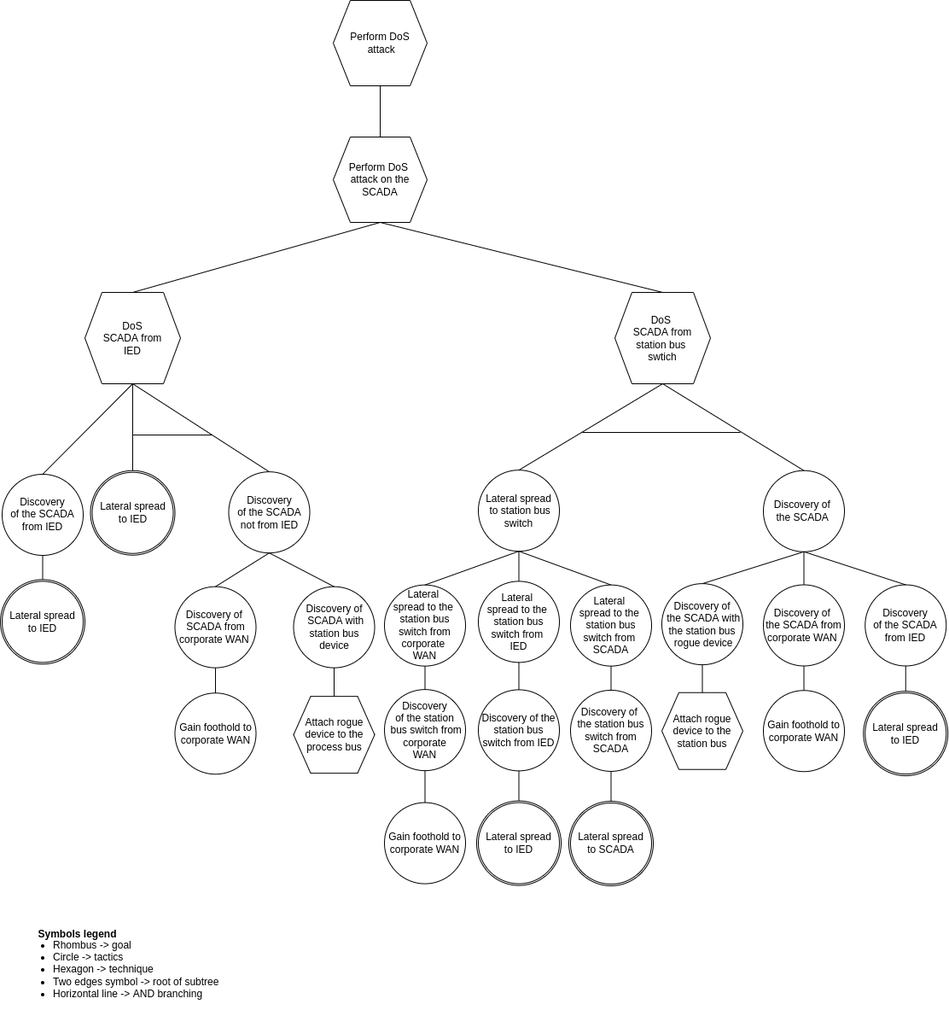
Before: drawIO_trees/solution_2_1_2.drawio.png, a diagram exported from draw.io (mihaelM/Attack_trees). Source tidied: cells renumbered, new cells last; positions are measured from the earlier drawing's top-left corner, leaving out a move shared by most shapes.
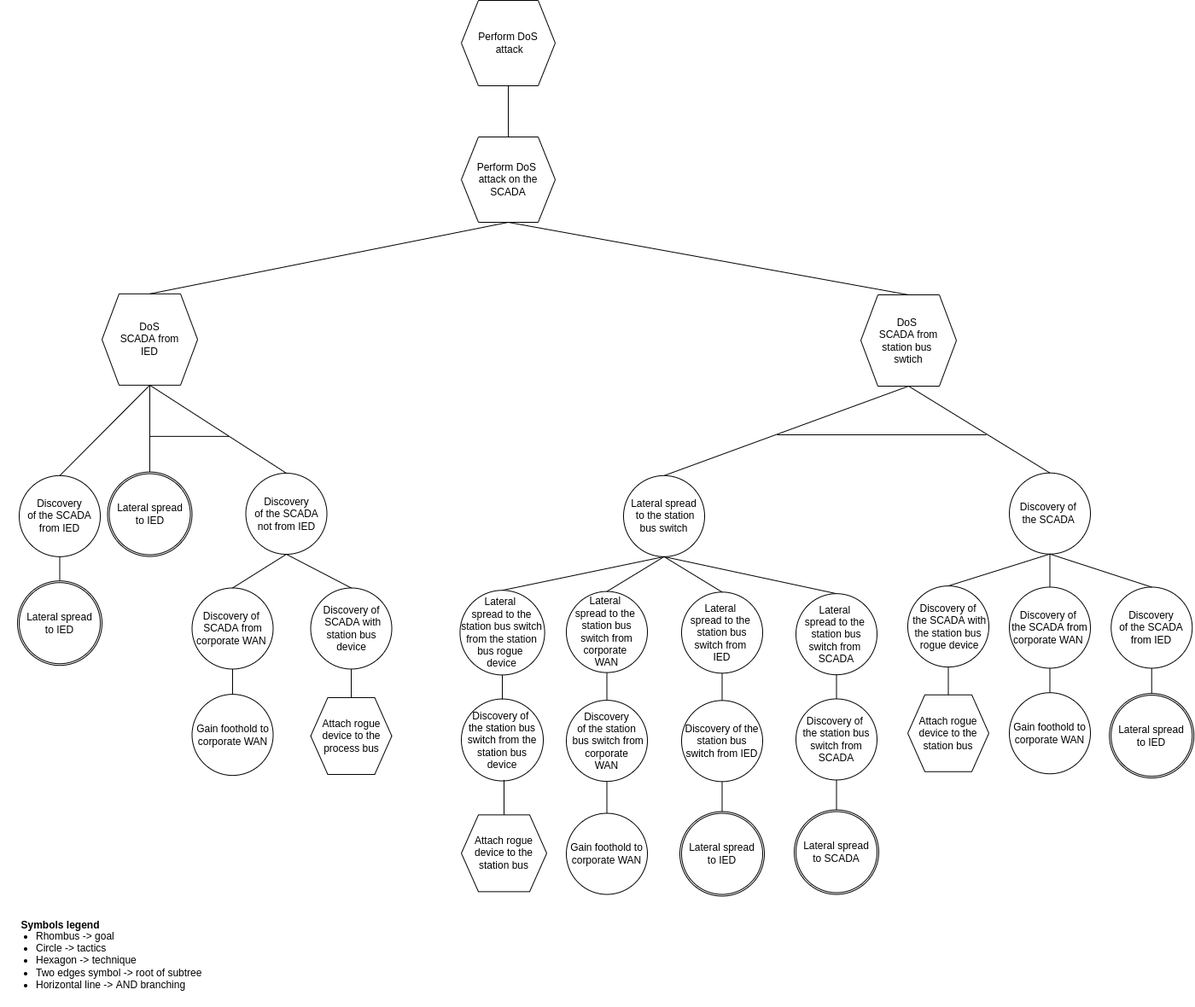
Above is the later version.

Diff of the diagram source:
```diff
@@ -12,56 +12,56 @@
       <mxGeometry relative="1" as="geometry" />
     </mxCell>
     <mxCell id="5" value="&lt;font style=&quot;font-size: 12px&quot;&gt;Symbols legend&lt;/font&gt;" style="text;strokeColor=none;fillColor=none;html=1;fontSize=24;fontStyle=1;verticalAlign=middle;align=center;" parent="1" vertex="1">
-      <mxGeometry x="40" y="1070" width="100" height="40" as="geometry" />
+      <mxGeometry x="-130" y="1060" width="100" height="40" as="geometry" />
     </mxCell>
     <mxCell id="6" value="&lt;ul&gt;&lt;li&gt;&lt;span&gt;Rhombus -&amp;gt; goal&lt;/span&gt;&lt;/li&gt;&lt;li&gt;&lt;span&gt;Circle -&amp;gt; tactics&lt;/span&gt;&lt;br&gt;&lt;/li&gt;&lt;li&gt;Hexagon -&amp;gt; technique&lt;/li&gt;&lt;li&gt;Two edges symbol -&amp;gt; root of subtree&lt;/li&gt;&lt;li&gt;Horizontal line -&amp;gt; AND branching&lt;/li&gt;&lt;/ul&gt;" style="text;strokeColor=none;fillColor=none;html=1;whiteSpace=wrap;verticalAlign=middle;overflow=hidden;fontSize=12;" parent="1" vertex="1">
-      <mxGeometry x="20" y="1081.3" width="256" height="107" as="geometry" />
+      <mxGeometry x="-150" y="1071.3" width="256" height="107" as="geometry" />
     </mxCell>
     <mxCell id="7" style="endArrow=none;html=1;rounded=0;entryX=0.5;entryY=0;entryDx=0;entryDy=0;exitX=0.5;exitY=1;exitDx=0;exitDy=0;" parent="1" edge="1" source="8">
       <mxGeometry relative="1" as="geometry">
-        <mxPoint x="49.5" y="680.4" as="targetPoint" />
+        <mxPoint x="-80.5" y="682.2" as="targetPoint" />
       </mxGeometry>
     </mxCell>
     <mxCell id="8" value="Discovery&lt;br&gt;of the SCADA from IED" style="ellipse;whiteSpace=wrap;html=1;" parent="1" vertex="1">
-      <mxGeometry x="2" y="555" width="95" height="95" as="geometry" />
+      <mxGeometry x="-128" y="556.8" width="95" height="95" as="geometry" />
     </mxCell>
     <mxCell id="9" style="endArrow=none;html=1;rounded=0;exitX=0.5;exitY=0;exitDx=0;exitDy=0;entryX=0.5;entryY=1;entryDx=0;entryDy=0;" parent="1" edge="1" source="8" target="10">
       <mxGeometry relative="1" as="geometry" />
     </mxCell>
     <mxCell id="10" value="DoS&lt;br&gt;SCADA from&lt;br&gt;IED" style="shape=hexagon;perimeter=hexagonPerimeter2;whiteSpace=wrap;html=1;fixedSize=1;" parent="1" vertex="1">
-      <mxGeometry x="99" y="342" width="112" height="107" as="geometry" />
+      <mxGeometry x="-31" y="343.9" width="112" height="107" as="geometry" />
     </mxCell>
     <mxCell id="11" style="endArrow=none;html=1;rounded=0;entryX=0.5;entryY=0;entryDx=0;entryDy=0;exitX=0.5;exitY=1;exitDx=0;exitDy=0;" parent="1" edge="1" source="2" target="10">
       <mxGeometry relative="1" as="geometry" />
     </mxCell>
     <mxCell id="12" style="endArrow=none;html=1;rounded=0;exitX=0.5;exitY=1;exitDx=0;exitDy=0;entryX=0.5;entryY=0;entryDx=0;entryDy=0;" parent="1" edge="1" source="10">
       <mxGeometry relative="1" as="geometry">
-        <mxPoint x="155" y="557.9" as="targetPoint" />
+        <mxPoint x="25" y="559.7" as="targetPoint" />
       </mxGeometry>
     </mxCell>
     <mxCell id="13" style="endArrow=none;html=1;rounded=0;exitX=0.5;exitY=1;exitDx=0;exitDy=0;entryX=0.5;entryY=0;entryDx=0;entryDy=0;" parent="1" edge="1" source="10" target="14">
       <mxGeometry relative="1" as="geometry" />
     </mxCell>
     <mxCell id="14" value="Discovery&lt;br&gt;of the SCADA not from IED" style="ellipse;whiteSpace=wrap;html=1;" parent="1" vertex="1">
-      <mxGeometry x="267.5" y="552.1" width="95" height="95" as="geometry" />
+      <mxGeometry x="137.5" y="554" width="95" height="95" as="geometry" />
     </mxCell>
     <mxCell id="15" value="Gain foothold to corporate WAN" style="ellipse;whiteSpace=wrap;html=1;" parent="1" vertex="1">
-      <mxGeometry x="204.5" y="811.3" width="95" height="95" as="geometry" />
+      <mxGeometry x="74.5" y="813.1" width="95" height="95" as="geometry" />
     </mxCell>
     <mxCell id="16" style="endArrow=none;html=1;rounded=0;exitX=0.5;exitY=1;exitDx=0;exitDy=0;entryX=0.5;entryY=0;entryDx=0;entryDy=0;" parent="1" edge="1" source="17" target="15">
       <mxGeometry relative="1" as="geometry" />
     </mxCell>
     <mxCell id="17" value="Discovery&amp;nbsp;of &lt;br&gt;SCADA from corporate WAN&amp;nbsp;" style="ellipse;whiteSpace=wrap;html=1;" parent="1" vertex="1">
-      <mxGeometry x="204.5" y="686.6" width="95" height="95" as="geometry" />
+      <mxGeometry x="74.5" y="688.5" width="95" height="95" as="geometry" />
     </mxCell>
     <mxCell id="18" style="endArrow=none;html=1;rounded=0;entryX=0.5;entryY=1;entryDx=0;entryDy=0;exitX=0.5;exitY=0;exitDx=0;exitDy=0;" parent="1" edge="1" source="17" target="14">
       <mxGeometry relative="1" as="geometry" />
     </mxCell>
     <mxCell id="19" value="Attach rogue device to the process bus" style="shape=hexagon;perimeter=hexagonPerimeter2;whiteSpace=wrap;html=1;fixedSize=1;" parent="1" vertex="1">
-      <mxGeometry x="343.5" y="815.1" width="95" height="90" as="geometry" />
+      <mxGeometry x="213.5" y="817" width="95" height="90" as="geometry" />
     </mxCell>
     <mxCell id="20" value="Discovery of&lt;br&gt;&amp;nbsp;SCADA with station bus device" style="ellipse;whiteSpace=wrap;html=1;" parent="1" vertex="1">
-      <mxGeometry x="343.5" y="686.6" width="95" height="95" as="geometry" />
+      <mxGeometry x="213.5" y="688.5" width="95" height="95" as="geometry" />
     </mxCell>
     <mxCell id="21" style="endArrow=none;html=1;rounded=0;entryX=0.5;entryY=1;entryDx=0;entryDy=0;exitX=0.5;exitY=0;exitDx=0;exitDy=0;" parent="1" edge="1" source="19" target="20">
       <mxGeometry relative="1" as="geometry" />
@@ -71,8 +71,8 @@
     </mxCell>
     <mxCell id="23" style="endArrow=none;html=1;rounded=0;" parent="1" edge="1">
       <mxGeometry relative="1" as="geometry">
-        <mxPoint x="154.5" y="509" as="sourcePoint" />
-        <mxPoint x="247.5" y="509" as="targetPoint" />
+        <mxPoint x="24.5" y="510.9" as="sourcePoint" />
+        <mxPoint x="117.5" y="510.9" as="targetPoint" />
       </mxGeometry>
     </mxCell>
     <mxCell id="24" style="endArrow=none;html=1;rounded=0;entryX=0.5;entryY=0;entryDx=0;entryDy=0;exitX=0.5;exitY=1;exitDx=0;exitDy=0;" parent="1" edge="1" source="27" target="39">
@@ -82,10 +82,10 @@
       <mxGeometry relative="1" as="geometry" />
     </mxCell>
     <mxCell id="26" value="DoS&amp;nbsp;&lt;br&gt;&amp;nbsp;SCADA from &lt;br&gt;station bus &lt;br&gt;swtich" style="shape=hexagon;perimeter=hexagonPerimeter2;whiteSpace=wrap;html=1;fixedSize=1;" parent="1" vertex="1">
-      <mxGeometry x="720" y="342" width="112" height="107" as="geometry" />
+      <mxGeometry x="858" y="345" width="112" height="107" as="geometry" />
     </mxCell>
     <mxCell id="27" value="Discovery&amp;nbsp;of &lt;br&gt;the SCADA&amp;nbsp;" style="ellipse;whiteSpace=wrap;html=1;" parent="1" vertex="1">
-      <mxGeometry x="894" y="550.7" width="95" height="95" as="geometry" />
+      <mxGeometry x="1032" y="553.7" width="95" height="95" as="geometry" />
     </mxCell>
     <mxCell id="28" style="endArrow=none;html=1;rounded=0;entryX=0.5;entryY=1;entryDx=0;entryDy=0;exitX=0.5;exitY=0;exitDx=0;exitDy=0;" parent="1" edge="1" source="27" target="26">
       <mxGeometry relative="1" as="geometry" />
@@ -97,54 +97,54 @@
       <mxGeometry relative="1" as="geometry" />
     </mxCell>
     <mxCell id="31" value="Gain foothold to corporate WAN" style="ellipse;whiteSpace=wrap;html=1;" parent="1" vertex="1">
-      <mxGeometry x="894" y="808.2" width="95" height="95" as="geometry" />
+      <mxGeometry x="1032" y="811.2" width="95" height="95" as="geometry" />
     </mxCell>
     <mxCell id="32" style="endArrow=none;html=1;rounded=0;exitX=0.5;exitY=1;exitDx=0;exitDy=0;startArrow=none;" parent="1" edge="1" source="41" target="31">
       <mxGeometry relative="1" as="geometry" />
     </mxCell>
     <mxCell id="33" style="endArrow=none;html=1;rounded=0;exitX=0.5;exitY=1;exitDx=0;exitDy=0;entryX=0.5;entryY=0;entryDx=0;entryDy=0;" parent="1" edge="1" source="34">
       <mxGeometry relative="1" as="geometry">
-        <mxPoint x="1060.8" y="813.1" as="targetPoint" />
+        <mxPoint x="1198.8" y="816.1" as="targetPoint" />
       </mxGeometry>
     </mxCell>
     <mxCell id="34" value="Discovery&lt;br&gt;of the SCADA from IED" style="ellipse;whiteSpace=wrap;html=1;" parent="1" vertex="1">
-      <mxGeometry x="1013.2" y="684.5" width="95" height="95" as="geometry" />
+      <mxGeometry x="1151.2" y="687.5" width="95" height="95" as="geometry" />
     </mxCell>
     <mxCell id="35" style="endArrow=none;html=1;rounded=0;exitX=0.5;exitY=0;exitDx=0;exitDy=0;entryX=0.5;entryY=1;entryDx=0;entryDy=0;" parent="1" edge="1" source="34" target="27">
       <mxGeometry relative="1" as="geometry" />
     </mxCell>
     <mxCell id="36" style="endArrow=none;html=1;rounded=0;" parent="1" edge="1">
       <mxGeometry relative="1" as="geometry">
-        <mxPoint x="682" y="506" as="sourcePoint" />
-        <mxPoint x="867" y="506" as="targetPoint" />
+        <mxPoint x="760" y="509" as="sourcePoint" />
+        <mxPoint x="1005" y="509" as="targetPoint" />
       </mxGeometry>
     </mxCell>
-    <mxCell id="37" value="Lateral spread&lt;br&gt;&amp;nbsp;to station bus switch" style="ellipse;whiteSpace=wrap;html=1;" parent="1" vertex="1">
-      <mxGeometry x="560" y="550.2" width="95" height="95" as="geometry" />
+    <mxCell id="37" value="Lateral spread&lt;br&gt;&amp;nbsp;to the station bus switch" style="ellipse;whiteSpace=wrap;html=1;" parent="1" vertex="1">
+      <mxGeometry x="580" y="556.8" width="95" height="95" as="geometry" />
     </mxCell>
     <mxCell id="38" value="Attach rogue device to the station bus" style="shape=hexagon;perimeter=hexagonPerimeter2;whiteSpace=wrap;html=1;fixedSize=1;" parent="1" vertex="1">
-      <mxGeometry x="775" y="810.7" width="95" height="90" as="geometry" />
+      <mxGeometry x="913" y="813.7" width="95" height="90" as="geometry" />
     </mxCell>
     <mxCell id="39" value="Discovery of&lt;br&gt;&amp;nbsp;the SCADA with the station bus&lt;br&gt;&amp;nbsp;rogue device" style="ellipse;whiteSpace=wrap;html=1;" parent="1" vertex="1">
-      <mxGeometry x="775" y="683.1" width="95" height="95" as="geometry" />
+      <mxGeometry x="913" y="686.1" width="95" height="95" as="geometry" />
     </mxCell>
     <mxCell id="40" style="endArrow=none;html=1;rounded=0;exitX=0.5;exitY=1;exitDx=0;exitDy=0;entryX=0.5;entryY=0;entryDx=0;entryDy=0;" parent="1" edge="1" source="39" target="38">
       <mxGeometry relative="1" as="geometry" />
     </mxCell>
     <mxCell id="41" value="Discovery&amp;nbsp;of &lt;br&gt;the SCADA from corporate WAN&amp;nbsp;" style="ellipse;whiteSpace=wrap;html=1;" parent="1" vertex="1">
-      <mxGeometry x="894" y="684.5" width="95" height="95" as="geometry" />
+      <mxGeometry x="1032" y="687.5" width="95" height="95" as="geometry" />
     </mxCell>
     <mxCell id="42" value="Gain foothold to corporate WAN" style="ellipse;whiteSpace=wrap;html=1;" parent="1" vertex="1">
-      <mxGeometry x="450" y="939.6" width="95" height="95" as="geometry" />
+      <mxGeometry x="513" y="952.5" width="95" height="95" as="geometry" />
     </mxCell>
     <mxCell id="43" style="endArrow=none;html=1;rounded=0;entryX=0.5;entryY=1;entryDx=0;entryDy=0;" parent="1" edge="1" source="42" target="44">
       <mxGeometry relative="1" as="geometry" />
     </mxCell>
     <mxCell id="44" value="Discovery&lt;br&gt;of the station&lt;br&gt;&amp;nbsp;bus switch from corporate&lt;br&gt;WAN" style="ellipse;whiteSpace=wrap;html=1;" parent="1" vertex="1">
-      <mxGeometry x="450" y="807.1" width="95" height="95" as="geometry" />
+      <mxGeometry x="513" y="820.1" width="95" height="95" as="geometry" />
     </mxCell>
     <mxCell id="45" value="Lateral &lt;br&gt;spread to the&amp;nbsp;&lt;br&gt;station bus switch from corporate &lt;br&gt;WAN" style="ellipse;whiteSpace=wrap;html=1;" parent="1" vertex="1">
-      <mxGeometry x="450" y="684.6" width="95" height="95" as="geometry" />
+      <mxGeometry x="513" y="692.6" width="95" height="95" as="geometry" />
     </mxCell>
     <mxCell id="46" style="endArrow=none;html=1;rounded=0;entryX=0.5;entryY=0;entryDx=0;entryDy=0;exitX=0.5;exitY=1;exitDx=0;exitDy=0;" parent="1" edge="1" source="37" target="45">
       <mxGeometry relative="1" as="geometry" />
@@ -153,70 +153,90 @@
       <mxGeometry relative="1" as="geometry" />
     </mxCell>
     <mxCell id="48" value="Discovery of the station bus switch from IED" style="ellipse;whiteSpace=wrap;html=1;" parent="1" vertex="1">
-      <mxGeometry x="560" y="807.4" width="95" height="95" as="geometry" />
+      <mxGeometry x="648" y="820.3" width="95" height="95" as="geometry" />
     </mxCell>
     <mxCell id="49" value="Lateral &lt;br&gt;spread to the&amp;nbsp;&lt;br&gt;station bus switch from &lt;br&gt;IED" style="ellipse;whiteSpace=wrap;html=1;" parent="1" vertex="1">
-      <mxGeometry x="560" y="680.4" width="95" height="95" as="geometry" />
+      <mxGeometry x="648" y="693.3" width="95" height="95" as="geometry" />
     </mxCell>
     <mxCell id="50" style="endArrow=none;html=1;rounded=0;entryX=0.5;entryY=0;entryDx=0;entryDy=0;exitX=0.5;exitY=1;exitDx=0;exitDy=0;" parent="1" edge="1" source="49" target="48">
       <mxGeometry relative="1" as="geometry" />
     </mxCell>
-    <mxCell id="51" style="endArrow=none;html=1;rounded=0;entryX=0.5;entryY=0;entryDx=0;entryDy=0;exitX=0.5;exitY=1;exitDx=0;exitDy=0;" parent="1" edge="1" target="49">
-      <mxGeometry relative="1" as="geometry">
-        <mxPoint x="607.5" y="645.2" as="sourcePoint" />
-      </mxGeometry>
+    <mxCell id="51" style="endArrow=none;html=1;rounded=0;entryX=0.5;entryY=0;entryDx=0;entryDy=0;exitX=0.5;exitY=1;exitDx=0;exitDy=0;" parent="1" edge="1" source="37" target="49">
+      <mxGeometry relative="1" as="geometry" />
     </mxCell>
     <mxCell id="52" style="endArrow=none;html=1;rounded=0;exitX=0.5;exitY=1;exitDx=0;exitDy=0;entryX=0.5;entryY=0;entryDx=0;entryDy=0;" parent="1" edge="1" source="37" target="53">
       <mxGeometry relative="1" as="geometry" />
     </mxCell>
     <mxCell id="53" value="Lateral &lt;br&gt;spread to the&amp;nbsp;&lt;br&gt;station bus switch from &lt;br&gt;SCADA" style="ellipse;whiteSpace=wrap;html=1;" parent="1" vertex="1">
-      <mxGeometry x="668" y="684.6" width="95" height="95" as="geometry" />
+      <mxGeometry x="782" y="695.2" width="95" height="95" as="geometry" />
     </mxCell>
     <mxCell id="54" style="endArrow=none;html=1;rounded=0;exitX=0.5;exitY=1;exitDx=0;exitDy=0;entryX=0.5;entryY=0;entryDx=0;entryDy=0;" parent="1" edge="1" source="48">
       <mxGeometry relative="1" as="geometry">
-        <mxPoint x="607.5" y="939.6" as="targetPoint" />
+        <mxPoint x="695.5" y="952.5" as="targetPoint" />
       </mxGeometry>
     </mxCell>
     <mxCell id="55" value="Discovery of &lt;br&gt;the station bus switch from SCADA" style="ellipse;whiteSpace=wrap;html=1;" parent="1" vertex="1">
-      <mxGeometry x="668" y="807.9" width="95" height="95" as="geometry" />
+      <mxGeometry x="782" y="818.5" width="95" height="95" as="geometry" />
     </mxCell>
     <mxCell id="56" style="endArrow=none;html=1;rounded=0;entryX=0.5;entryY=0;entryDx=0;entryDy=0;exitX=0.5;exitY=1;exitDx=0;exitDy=0;" parent="1" edge="1" source="53" target="55">
       <mxGeometry relative="1" as="geometry" />
     </mxCell>
     <mxCell id="57" style="endArrow=none;html=1;rounded=0;exitX=0.5;exitY=1;exitDx=0;exitDy=0;entryX=0.5;entryY=0;entryDx=0;entryDy=0;" parent="1" edge="1" source="55">
       <mxGeometry relative="1" as="geometry">
-        <mxPoint x="715.5" y="938.7" as="targetPoint" />
+        <mxPoint x="829.5" y="949.2" as="targetPoint" />
       </mxGeometry>
     </mxCell>
     <mxCell id="58" style="ellipse;whiteSpace=wrap;html=1;" parent="1" vertex="1">
-      <mxGeometry x="558" y="937.6" width="99" height="99" as="geometry" />
+      <mxGeometry x="646" y="950.5" width="99" height="99" as="geometry" />
     </mxCell>
     <mxCell id="59" value="Lateral spread&lt;br&gt;to IED" style="ellipse;whiteSpace=wrap;html=1;" parent="1" vertex="1">
-      <mxGeometry x="560" y="939.6" width="95" height="95" as="geometry" />
+      <mxGeometry x="648" y="952.5" width="95" height="95" as="geometry" />
     </mxCell>
     <mxCell id="60" style="ellipse;whiteSpace=wrap;html=1;" parent="1" vertex="1">
-      <mxGeometry x="666" y="938" width="99" height="99" as="geometry" />
+      <mxGeometry x="780" y="948.5" width="99" height="99" as="geometry" />
     </mxCell>
     <mxCell id="61" value="Lateral spread&lt;br&gt;to SCADA" style="ellipse;whiteSpace=wrap;html=1;" parent="1" vertex="1">
-      <mxGeometry x="668" y="940" width="95" height="95" as="geometry" />
+      <mxGeometry x="782" y="950.5" width="95" height="95" as="geometry" />
     </mxCell>
     <mxCell id="62" style="ellipse;whiteSpace=wrap;html=1;" parent="1" vertex="1">
-      <mxGeometry x="1011.2" y="809.1" width="99" height="99" as="geometry" />
+      <mxGeometry x="1149.2" y="812.1" width="99" height="99" as="geometry" />
     </mxCell>
     <mxCell id="63" value="Lateral spread&lt;br&gt;to IED" style="ellipse;whiteSpace=wrap;html=1;" parent="1" vertex="1">
-      <mxGeometry x="1013.2" y="811.1" width="95" height="95" as="geometry" />
+      <mxGeometry x="1151.2" y="814.1" width="95" height="95" as="geometry" />
     </mxCell>
     <mxCell id="64" style="ellipse;whiteSpace=wrap;html=1;" parent="1" vertex="1">
-      <mxGeometry y="678.4" width="99" height="99" as="geometry" />
+      <mxGeometry x="-130" y="680.2" width="99" height="99" as="geometry" />
     </mxCell>
     <mxCell id="65" value="Lateral spread&lt;br&gt;to IED" style="ellipse;whiteSpace=wrap;html=1;" parent="1" vertex="1">
-      <mxGeometry x="2" y="680.4" width="95" height="95" as="geometry" />
+      <mxGeometry x="-128" y="682.2" width="95" height="95" as="geometry" />
     </mxCell>
     <mxCell id="66" style="ellipse;whiteSpace=wrap;html=1;" parent="1" vertex="1">
-      <mxGeometry x="105.5" y="550.7" width="99" height="99" as="geometry" />
+      <mxGeometry x="-24.5" y="552.6" width="99" height="99" as="geometry" />
     </mxCell>
     <mxCell id="67" value="Lateral spread&lt;br&gt;to IED" style="ellipse;whiteSpace=wrap;html=1;" parent="1" vertex="1">
-      <mxGeometry x="107.5" y="552.7" width="95" height="95" as="geometry" />
+      <mxGeometry x="-22.5" y="554.6" width="95" height="95" as="geometry" />
     </mxCell>
+    <mxCell id="68" style="endArrow=none;html=1;rounded=0;entryX=0.5;entryY=0;entryDx=0;entryDy=0;exitX=0.5;exitY=1;exitDx=0;exitDy=0;" parent="1" edge="1" source="37" target="69">
+      <mxGeometry relative="1" as="geometry" />
+    </mxCell>
+    <mxCell id="69" value="Lateral &lt;br&gt;spread to the station bus switch from the station bus rogue &lt;br&gt;device" style="ellipse;whiteSpace=wrap;html=1;" parent="1" vertex="1">
+      <mxGeometry x="388.4" y="691.2" width="99.2" height="99.2" as="geometry" />
+    </mxCell>
+    <mxCell id="70" value="Discovery of &lt;br&gt;the station bus switch from the station bus device" style="ellipse;whiteSpace=wrap;html=1;" parent="1" vertex="1">
+      <mxGeometry x="390" y="818.6" width="96" height="96" as="geometry" />
+    </mxCell>
+    <mxCell id="71" value="Attach rogue device to the station bus" style="shape=hexagon;perimeter=hexagonPerimeter2;whiteSpace=wrap;html=1;fixedSize=1;" parent="1" vertex="1">
+      <mxGeometry x="390" y="954.4" width="100" height="90" as="geometry" />
+    </mxCell>
+    <mxCell id="72" style="endArrow=none;html=1;rounded=0;" parent="1" edge="1" source="71">
+      <mxGeometry relative="1" as="geometry">
+        <mxPoint x="440" y="913.4" as="targetPoint" />
+      </mxGeometry>
+    </mxCell>
+    <mxCell id="73" style="endArrow=none;html=1;rounded=0;exitX=0.5;exitY=0;exitDx=0;exitDy=0;entryX=0.5;entryY=1;entryDx=0;entryDy=0;" parent="1" edge="1" target="69">
+      <mxGeometry relative="1" as="geometry">
+        <mxPoint x="438" y="819.2" as="sourcePoint" />
+      </mxGeometry>
+    </mxCell>
   </root>
 </mxGraphModel>
```
